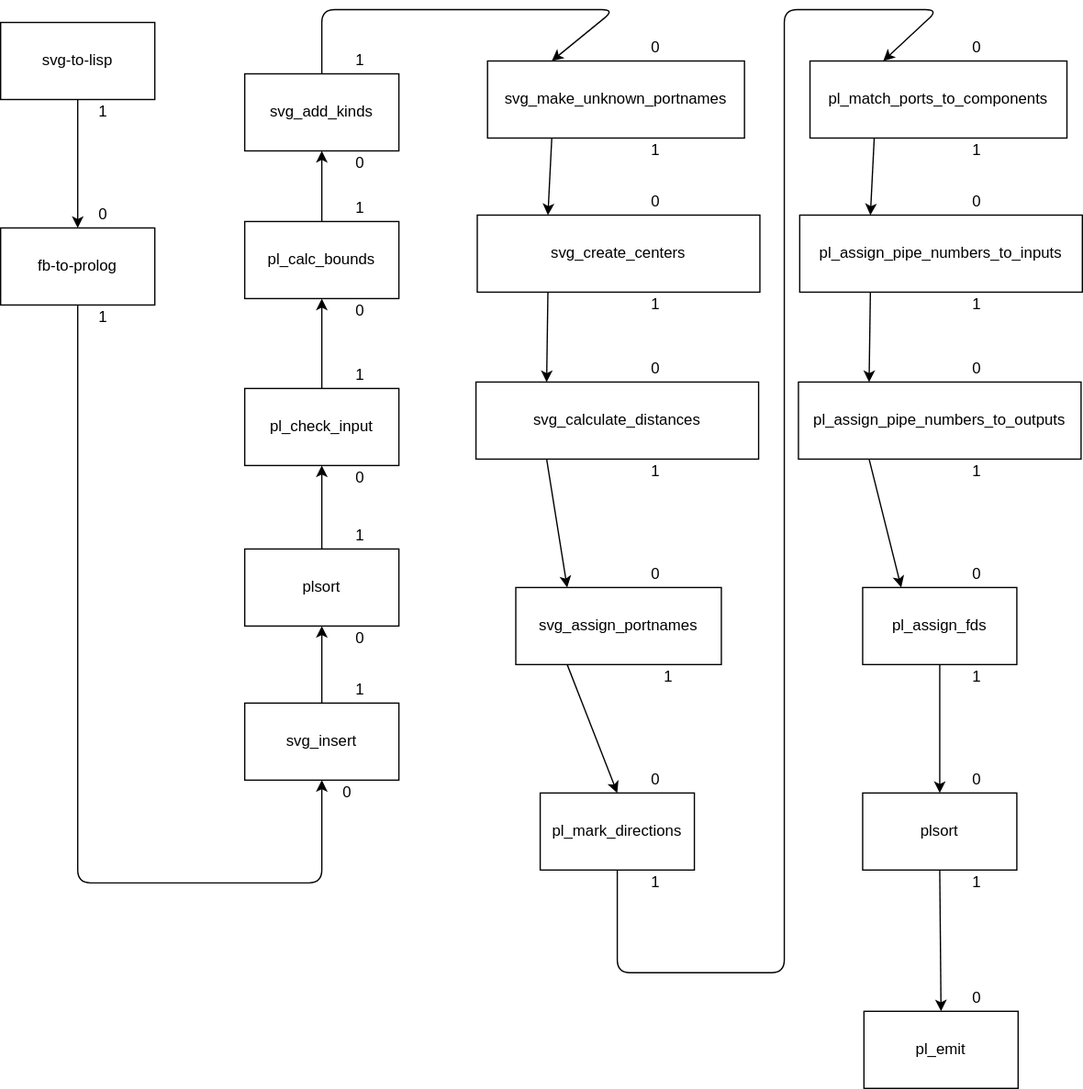
Before: svg/svg_compiler.svg, a diagram exported from draw.io (bmfbp/bmfbp). Source tidied: cells renumbered, new cells last; positions are measured from the earlier drawing's top-left corner, leaving out a move shared by most shapes.
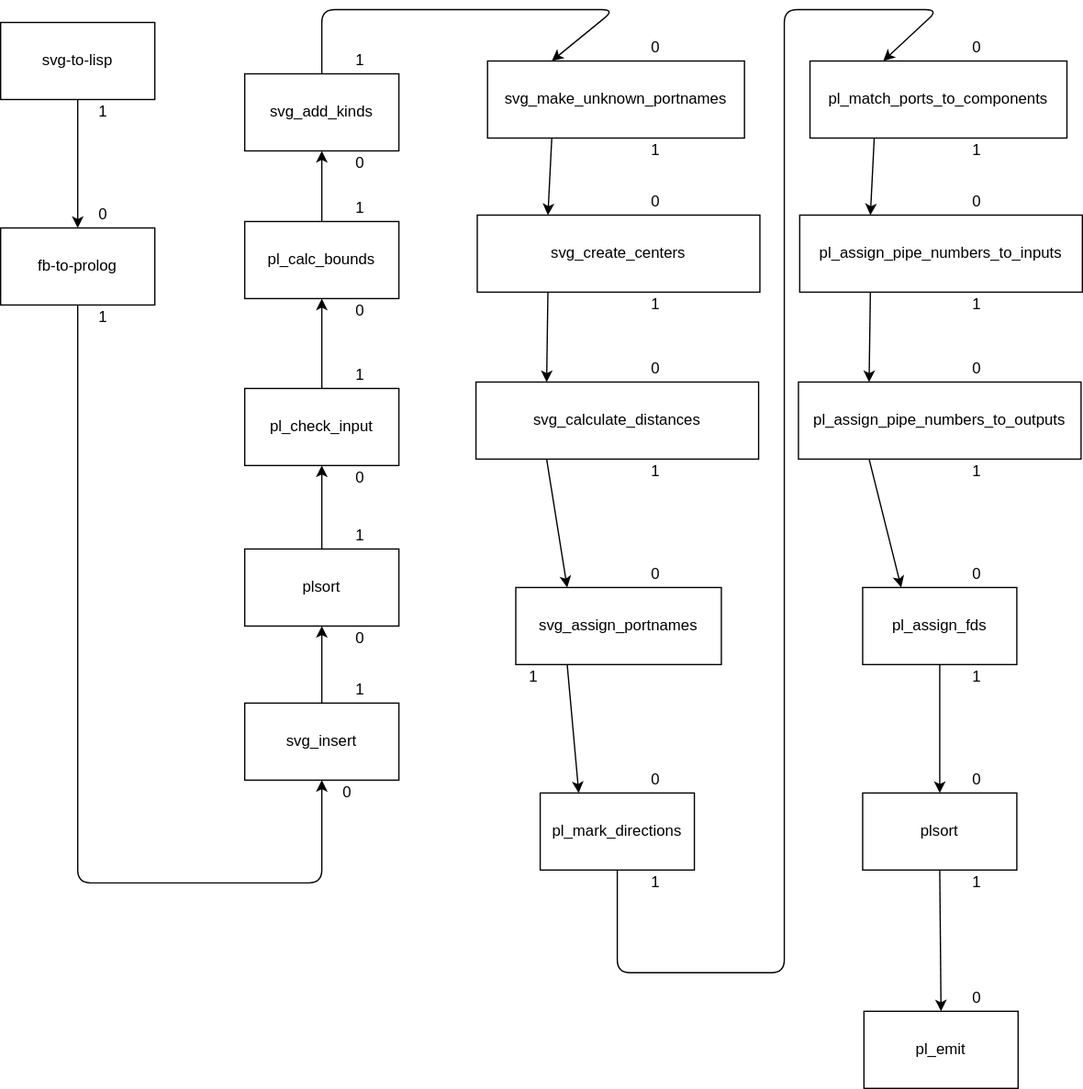
The same file after the commit.

Commit message:
wip: something strange about arrow tails to wider boxes

What changed in the source:
```diff
@@ -34,7 +34,7 @@
         <mxPoint x="425" y="350" as="sourcePoint" />
       </mxGeometry>
     </mxCell>
-    <mxCell id="12" style="endArrow=classic;entryX=0.5;entryY=0;exitX=0.25;exitY=1;" parent="1" edge="1" source="8" target="9">
+    <mxCell id="12" style="endArrow=classic;entryX=0.25;entryY=0;exitX=0.25;exitY=1;" parent="1" edge="1" source="8" target="9">
       <mxGeometry relative="1" as="geometry" />
     </mxCell>
     <mxCell id="13" value="1" style="text;strokeColor=none;fillColor=none;align=center;verticalAlign=middle;rounded=0;" parent="1" vertex="1">
@@ -71,7 +71,7 @@
       <mxGeometry x="490" y="220" width="40" height="20" as="geometry" />
     </mxCell>
     <mxCell id="24" value="1" style="text;strokeColor=none;fillColor=none;align=center;verticalAlign=middle;rounded=0;" parent="1" vertex="1">
-      <mxGeometry x="500" y="510" width="40" height="20" as="geometry" />
+      <mxGeometry x="395" y="510" width="40" height="20" as="geometry" />
     </mxCell>
     <mxCell id="25" value="1" style="text;strokeColor=none;fillColor=none;align=center;verticalAlign=middle;rounded=0;" parent="1" vertex="1">
       <mxGeometry x="490" y="100" width="40" height="20" as="geometry" />
```
